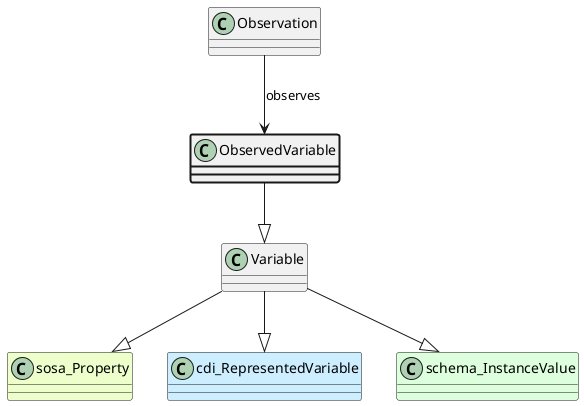
Earlier version of the PlantUML export ttl_uml/ttl_appn_ObservedVariable.png (aus-plant-phenomics-network/appn-schema). Source of this version:
```plantuml
@startuml
class ObservedVariable  #line.bold
class Variable
class sosa_Property #EEFFCC
Variable --|> sosa_Property
class cdi_RepresentedVariable #CCEEFF
Variable --|> cdi_RepresentedVariable
class schema_InstanceValue #DDFFDD
Variable --|> schema_InstanceValue
ObservedVariable --|> Variable
class Observation
Observation --> ObservedVariable : observes
@enduml
```
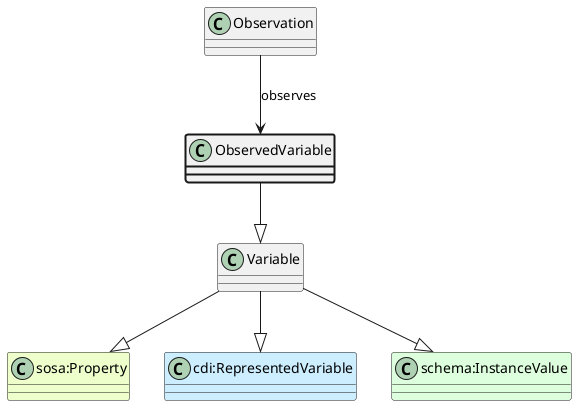
After the change.

What changed in the source:
```diff
@@ -1,12 +1,12 @@
 @startuml
 class ObservedVariable  #line.bold
 class Variable
-class sosa_Property #EEFFCC
-Variable --|> sosa_Property
-class cdi_RepresentedVariable #CCEEFF
-Variable --|> cdi_RepresentedVariable
-class schema_InstanceValue #DDFFDD
-Variable --|> schema_InstanceValue
+class "sosa:Property" #EEFFCC
+Variable --|> "sosa:Property"
+class "cdi:RepresentedVariable" #CCEEFF
+Variable --|> "cdi:RepresentedVariable"
+class "schema:InstanceValue" #DDFFDD
+Variable --|> "schema:InstanceValue"
 ObservedVariable --|> Variable
 class Observation
 Observation --> ObservedVariable : observes
```
